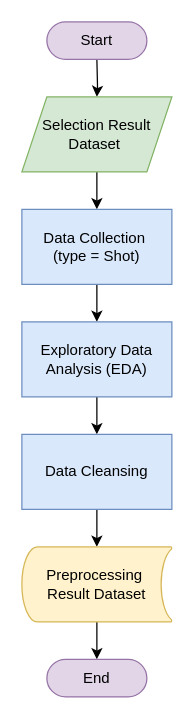
Above: diagrams/flowchart preprocessing.drawio in fadhilra101/skripsi (draw.io), before the change. Source tidied: cells renumbered, new cells numbered last; positions are measured from the earlier drawing's top-left corner, leaving out a move shared by most shapes. Both pictures are drawn from the tidied source at 125%, with x=0, y=0 at pixel (21, 21).
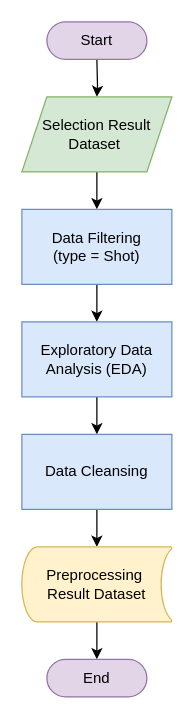
After the change.

Change to the diagram source:
```diff
@@
 <mxGraphModel>
   <root>
     <mxCell id="0" />
     <mxCell id="1" parent="0" />
     <mxCell id="2" style="edgeStyle=orthogonalEdgeStyle;rounded=0;jettySize=auto;html=1;" parent="1" edge="1" target="4">
       <mxGeometry relative="1" as="geometry">
         <mxPoint x="60" y="30" as="sourcePoint" />
       </mxGeometry>
     </mxCell>
     <mxCell id="3" style="edgeStyle=orthogonalEdgeStyle;rounded=0;jettySize=auto;html=1;" parent="1" edge="1" source="4" target="6">
       <mxGeometry relative="1" as="geometry" />
     </mxCell>
     <mxCell id="4" value="&lt;div&gt;&lt;span style=&quot;background-color: transparent; color: light-dark(rgb(0, 0, 0), rgb(255, 255, 255));&quot;&gt;Selection&amp;nbsp;&lt;/span&gt;Result Dataset&amp;nbsp;&lt;/div&gt;" style="shape=parallelogram;perimeter=parallelogramPerimeter;whiteSpace=wrap;html=1;fixedSize=1;fillColor=#d5e8d4;strokeColor=#82b366;" parent="1" vertex="1">
       <mxGeometry y="60" width="120" height="60" as="geometry" />
     </mxCell>
     <mxCell id="5" style="edgeStyle=orthogonalEdgeStyle;rounded=0;jettySize=auto;html=1;" parent="1" edge="1" source="6" target="9">
       <mxGeometry relative="1" as="geometry" />
     </mxCell>
-    <mxCell id="6" value="&lt;div&gt;Data Collection&amp;nbsp;&lt;/div&gt;&lt;div&gt;(type = Shot)&lt;/div&gt;" style="rounded=0;whiteSpace=wrap;html=1;fillColor=#dae8fc;strokeColor=#6c8ebf;" parent="1" vertex="1">
+    <mxCell id="6" value="&lt;div&gt;Data Filtering&lt;/div&gt;&lt;div&gt;(type = Shot)&lt;/div&gt;" style="rounded=0;whiteSpace=wrap;html=1;fillColor=#dae8fc;strokeColor=#6c8ebf;" parent="1" vertex="1">
       <mxGeometry y="150" width="120" height="60" as="geometry" />
     </mxCell>
     <mxCell id="7" style="edgeStyle=orthogonalEdgeStyle;rounded=0;orthogonalLoop=1;jettySize=auto;html=1;" parent="1" edge="1">
       <mxGeometry relative="1" as="geometry">
         <mxPoint x="60" y="480" as="sourcePoint" />
         <mxPoint x="60" y="510" as="targetPoint" />
       </mxGeometry>
     </mxCell>
     <mxCell id="8" style="edgeStyle=orthogonalEdgeStyle;rounded=0;jettySize=auto;html=1;" parent="1" edge="1" source="9" target="11">
       <mxGeometry relative="1" as="geometry" />
     </mxCell>
     <mxCell id="9" value="Exploratory Data Analysis (EDA)" style="rounded=0;whiteSpace=wrap;html=1;fillColor=#dae8fc;strokeColor=#6c8ebf;" parent="1" vertex="1">
       <mxGeometry y="240" width="120" height="60" as="geometry" />
     </mxCell>
     <mxCell id="10" style="edgeStyle=orthogonalEdgeStyle;rounded=0;jettySize=auto;html=1;" parent="1" edge="1" source="11">
       <mxGeometry relative="1" as="geometry">
         <mxPoint x="60" y="420" as="targetPoint" />
       </mxGeometry>
     </mxCell>
     <mxCell id="11" value="Data Cleansing" style="rounded=0;whiteSpace=wrap;html=1;fillColor=#dae8fc;strokeColor=#6c8ebf;" parent="1" vertex="1">
       <mxGeometry y="330" width="120" height="60" as="geometry" />
     </mxCell>
     <mxCell id="12" value="Start" style="html=1;dashed=0;whiteSpace=wrap;shape=mxgraph.dfd.start;fillColor=#e1d5e7;strokeColor=#9673a6;" parent="1" vertex="1">
       <mxGeometry x="20" width="80" height="30" as="geometry" />
     </mxCell>
     <mxCell id="13" value="End" style="html=1;dashed=0;whiteSpace=wrap;shape=mxgraph.dfd.start;fillColor=#e1d5e7;strokeColor=#9673a6;" parent="1" vertex="1">
       <mxGeometry x="20" y="510" width="80" height="30" as="geometry" />
     </mxCell>
     <mxCell id="14" value="&lt;div&gt;&lt;span style=&quot;background-color: transparent; color: light-dark(rgb(0, 0, 0), rgb(255, 255, 255));&quot;&gt;Preprocessing&amp;nbsp;&lt;/span&gt;&lt;/div&gt;&lt;div&gt;Result Dataset&lt;/div&gt;" style="strokeWidth=1;html=1;shape=mxgraph.flowchart.stored_data;whiteSpace=wrap;fillColor=#fff2cc;strokeColor=#d6b656;" parent="1" vertex="1">
       <mxGeometry y="420" width="120" height="60" as="geometry" />
     </mxCell>
   </root>
 </mxGraphModel>
```
